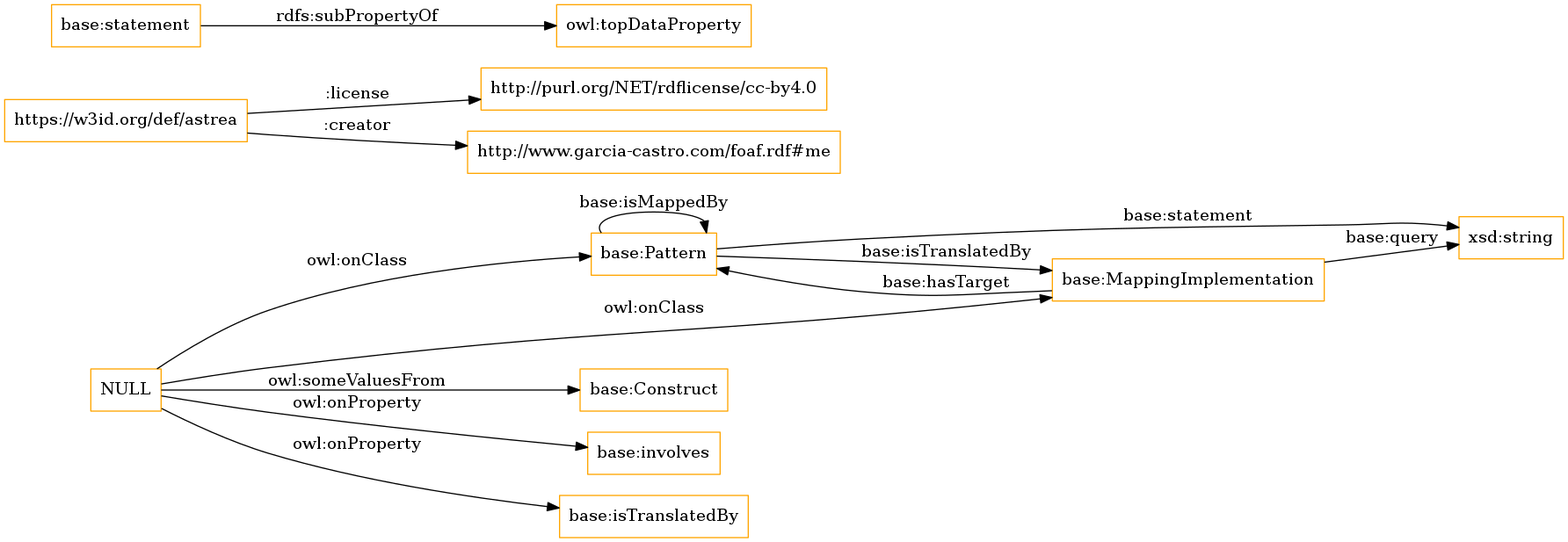
Earlier version of the Graphviz export OnToology/ontology.owl/diagrams/ar2dtool-class/ontology.owl.png (albaizq/astrea-ontology). Its source is kept beside it as OnToology/ontology.owl/diagrams/ar2dtool-class/ontology.owl.png.dot.
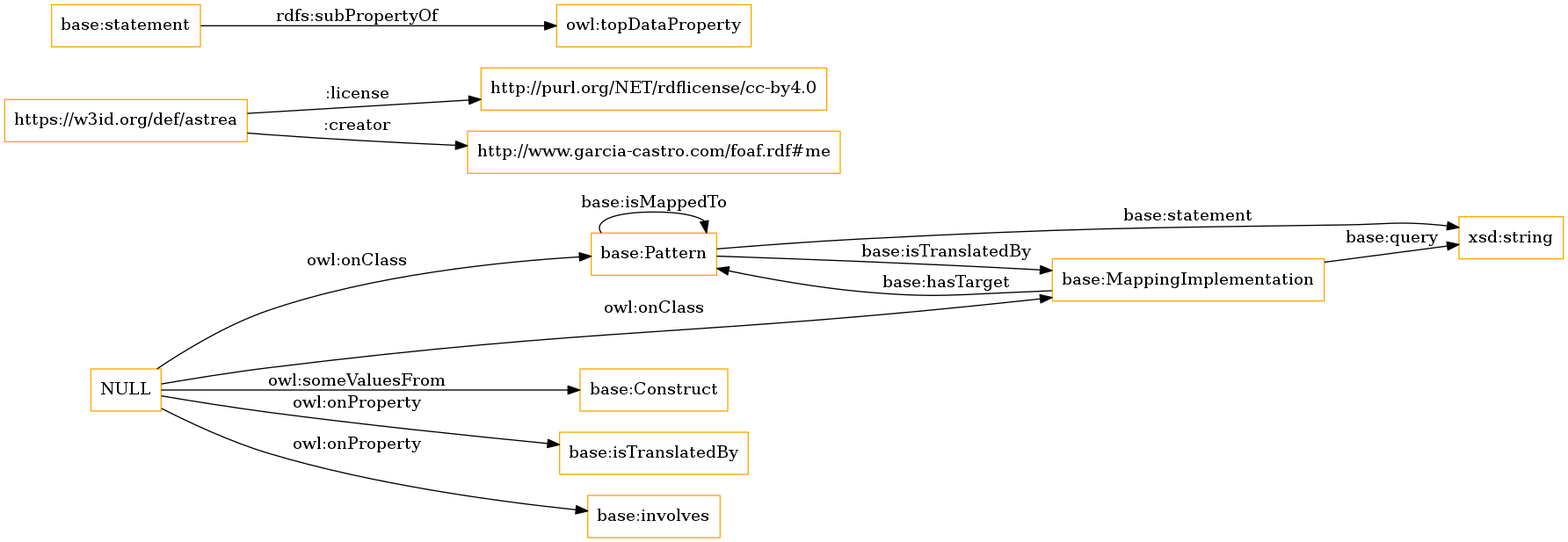
The same diagram one commit later.

What changed in the source:
```diff
@@ -5,13 +5,13 @@
 	"https://w3id.org/def/astrea" -> "http://purl.org/NET/rdflicense/cc-by4.0" [ label = ":license" ];
 	"https://w3id.org/def/astrea" -> "http://www.garcia-castro.com/foaf.rdf#me" [ label = ":creator" ];
 	"base:statement" -> "owl:topDataProperty" [ label = "rdfs:subPropertyOf" ];
+	"NULL" -> "base:MappingImplementation" [ label = "owl:onClass" ];
+	"NULL" -> "base:isTranslatedBy" [ label = "owl:onProperty" ];
 	"NULL" -> "base:Pattern" [ label = "owl:onClass" ];
 	"NULL" -> "base:Construct" [ label = "owl:someValuesFrom" ];
 	"NULL" -> "base:involves" [ label = "owl:onProperty" ];
-	"NULL" -> "base:MappingImplementation" [ label = "owl:onClass" ];
-	"NULL" -> "base:isTranslatedBy" [ label = "owl:onProperty" ];
 	"base:Pattern" -> "xsd:string" [ label = "base:statement" ];
-	"base:Pattern" -> "base:Pattern" [ label = "base:isMappedBy" ];
+	"base:Pattern" -> "base:Pattern" [ label = "base:isMappedTo" ];
 	"base:Pattern" -> "base:MappingImplementation" [ label = "base:isTranslatedBy" ];
 	"base:MappingImplementation" -> "xsd:string" [ label = "base:query" ];
 	"base:MappingImplementation" -> "base:Pattern" [ label = "base:hasTarget" ];
```
